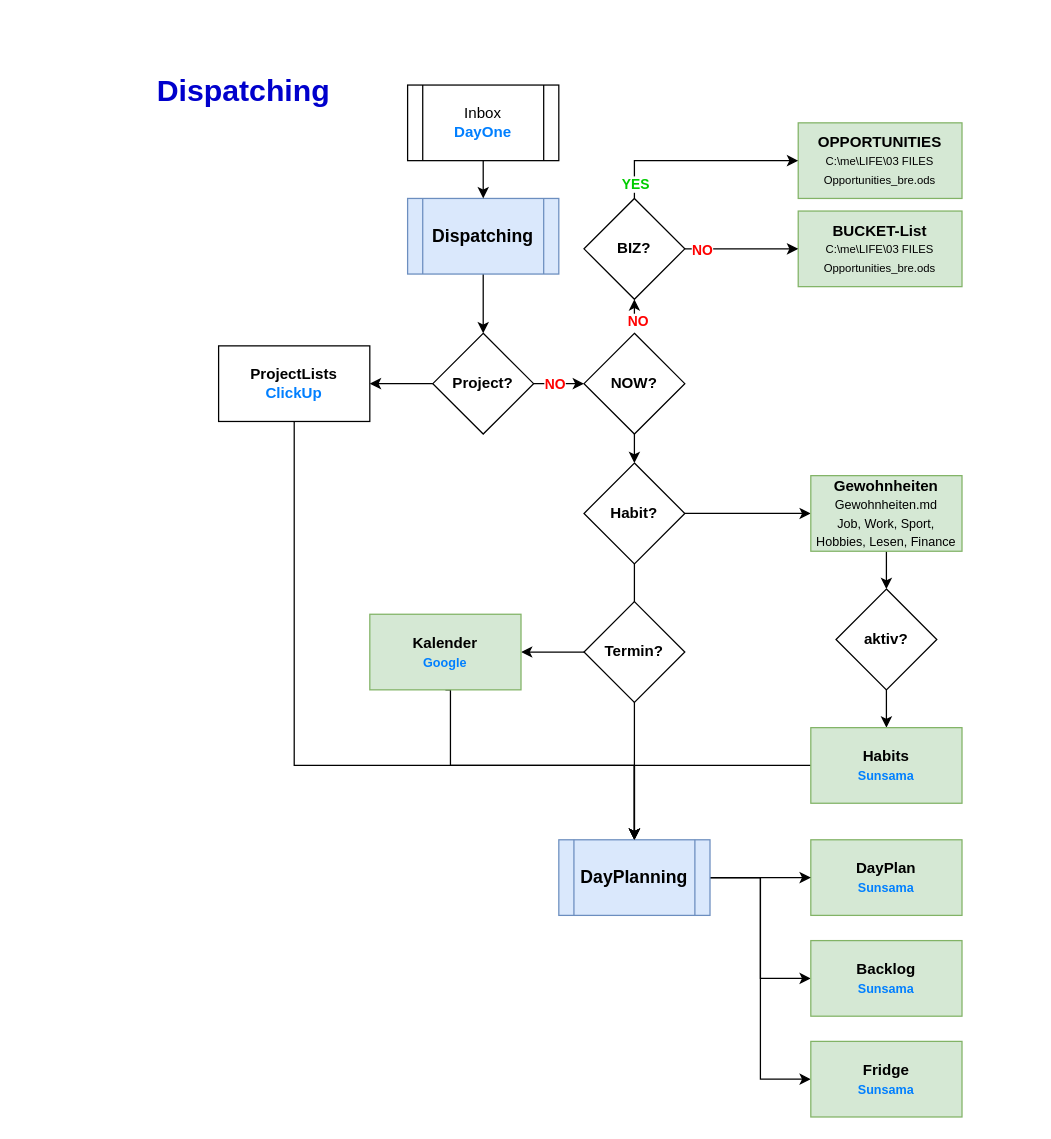
Before: Dispatching.drawio in realB12/PerfectDayCharts, a draw.io diagram. Source tidied: cells renumbered, new cells numbered last; positions are measured from the earlier drawing's top-left corner, leaving out a move shared by most shapes. Both pictures are drawn from the tidied source at 126%, with x=0, y=0 at pixel (142, 59).
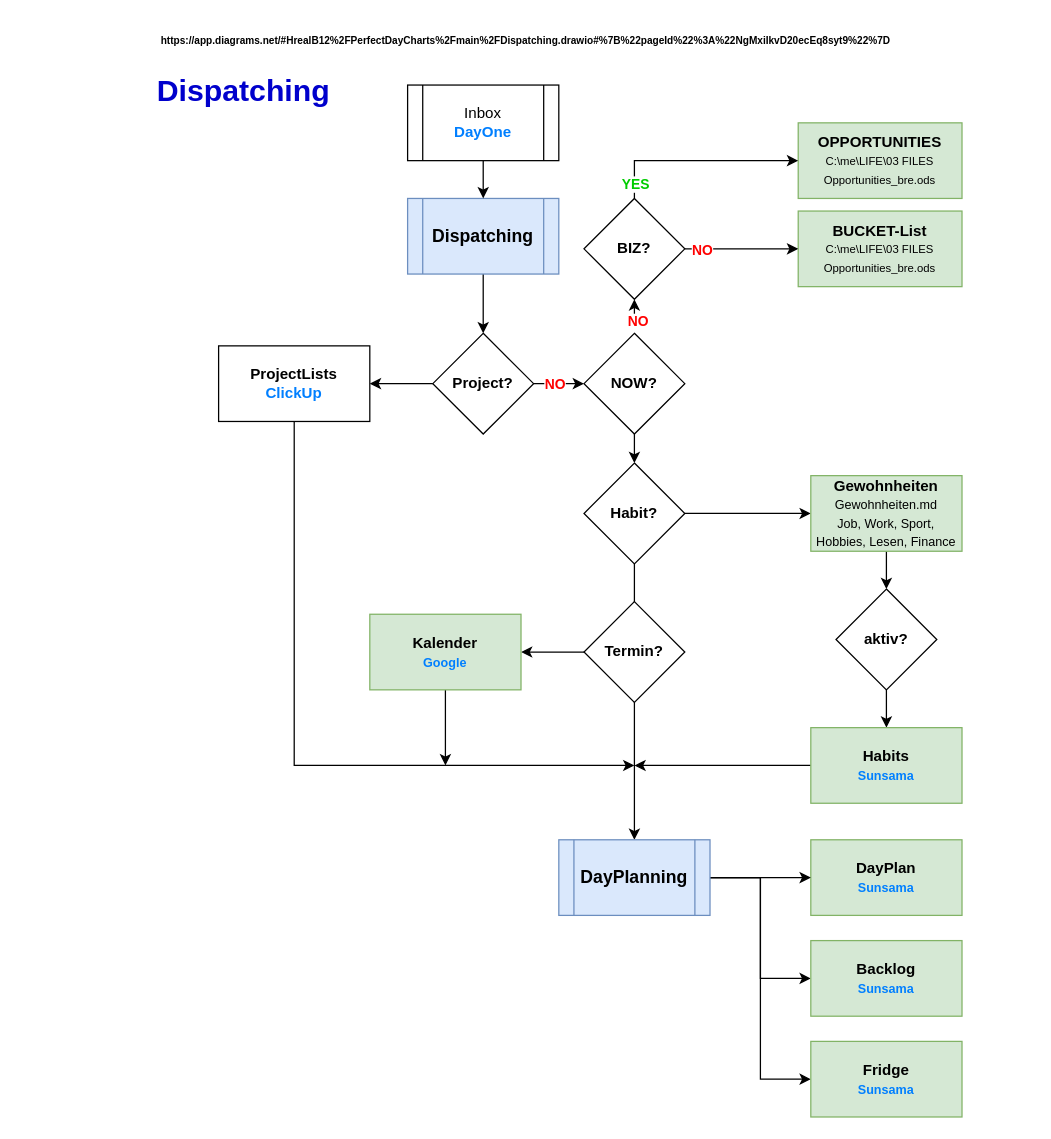
After the change.

The change refers to these unchanged cells:
```xml
<mxCell id="9" value="&lt;b&gt;ProjectLists&lt;/b&gt;&lt;br&gt;&lt;b&gt;&lt;font color=&quot;#007fff&quot;&gt;ClickUp&lt;/font&gt;&lt;/b&gt;" style="rounded=0;whiteSpace=wrap;html=1;" parent="1" vertex="1">
  <mxGeometry x="60" y="227" width="120" height="60" as="geometry" />
</mxCell>
<mxCell id="33" value="&lt;font style=&quot;font-size: 14px;&quot;&gt;&lt;b&gt;DayPlanning&lt;/b&gt;&lt;/font&gt;" style="shape=process;whiteSpace=wrap;html=1;backgroundOutline=1;fillColor=#dae8fc;strokeColor=#6c8ebf;" parent="1" vertex="1">
  <mxGeometry x="330" y="619" width="120" height="60" as="geometry" />
</mxCell>
<mxCell id="39" value="&lt;b&gt;Habits&lt;/b&gt;&lt;br&gt;&lt;font color=&quot;#007fff&quot; size=&quot;1&quot;&gt;&lt;b&gt;Sunsama&lt;/b&gt;&lt;/font&gt;" style="rounded=0;whiteSpace=wrap;html=1;fillColor=#d5e8d4;strokeColor=#82b366;" parent="1" vertex="1">
  <mxGeometry x="530" y="530" width="120" height="60" as="geometry" />
</mxCell>
<mxCell id="43" value="&lt;b&gt;Kalender&lt;/b&gt;&lt;br&gt;&lt;font color=&quot;#007fff&quot; size=&quot;1&quot;&gt;&lt;b&gt;Google&lt;/b&gt;&lt;/font&gt;" style="rounded=0;whiteSpace=wrap;html=1;fillColor=#d5e8d4;strokeColor=#82b366;" parent="1" vertex="1">
  <mxGeometry x="180" y="440" width="120" height="60" as="geometry" />
</mxCell>
```

Change to the diagram source:
```diff
@@
-    <mxCell id="8" style="edgeStyle=orthogonalEdgeStyle;rounded=0;jettySize=auto;html=1;exitX=0.5;exitY=1;exitDx=0;exitDy=0;" parent="1" edge="1" source="9" target="33">
+    <mxCell id="8" style="edgeStyle=orthogonalEdgeStyle;rounded=0;jettySize=auto;html=1;exitX=0.5;exitY=1;exitDx=0;exitDy=0;" parent="1" edge="1" source="9">
       <mxGeometry relative="1" as="geometry">
+        <mxPoint x="390" y="560" as="targetPoint" />
         <Array as="points">
           <mxPoint x="120" y="560" />
           <mxPoint x="390" y="560" />
         </Array>
       </mxGeometry>
     </mxCell>
@@
-    <mxCell id="38" style="edgeStyle=orthogonalEdgeStyle;rounded=0;jettySize=auto;html=1;" parent="1" edge="1" source="39" target="33">
-      <mxGeometry relative="1" as="geometry" />
+    <mxCell id="38" style="edgeStyle=orthogonalEdgeStyle;rounded=0;jettySize=auto;html=1;" parent="1" edge="1" source="39">
+      <mxGeometry relative="1" as="geometry">
+        <mxPoint x="390" y="560" as="targetPoint" />
+      </mxGeometry>
     </mxCell>
@@
-    <mxCell id="42" style="edgeStyle=orthogonalEdgeStyle;rounded=0;jettySize=auto;html=1;exitX=0.5;exitY=1;exitDx=0;exitDy=0;" parent="1" edge="1" source="43" target="33">
-      <mxGeometry relative="1" as="geometry">
-        <Array as="points">
-          <mxPoint x="244" y="560" />
-          <mxPoint x="390" y="560" />
-        </Array>
-      </mxGeometry>
-    </mxCell>
+    <mxCell id="44" style="edgeStyle=orthogonalEdgeStyle;rounded=0;jettySize=auto;html=1;" parent="1" edge="1" source="43">
+      <mxGeometry relative="1" as="geometry">
+        <mxPoint x="240" y="560" as="targetPoint" />
+      </mxGeometry>
+    </mxCell>
@@
+    <mxCell id="45" value="https://app.diagrams.net/#HrealB12%2FPerfectDayCharts%2Fmain%2FDispatching.drawio#%7B%22pageId%22%3A%22NgMxiIkvD20ecEq8syt9%22%7D" style="text;html=1;align=center;verticalAlign=middle;whiteSpace=wrap;rounded=0;fontSize=8;fontStyle=1;" parent="1" vertex="1">
+      <mxGeometry x="-96" y="-30" width="800" height="30" as="geometry" />
+    </mxCell>
```
